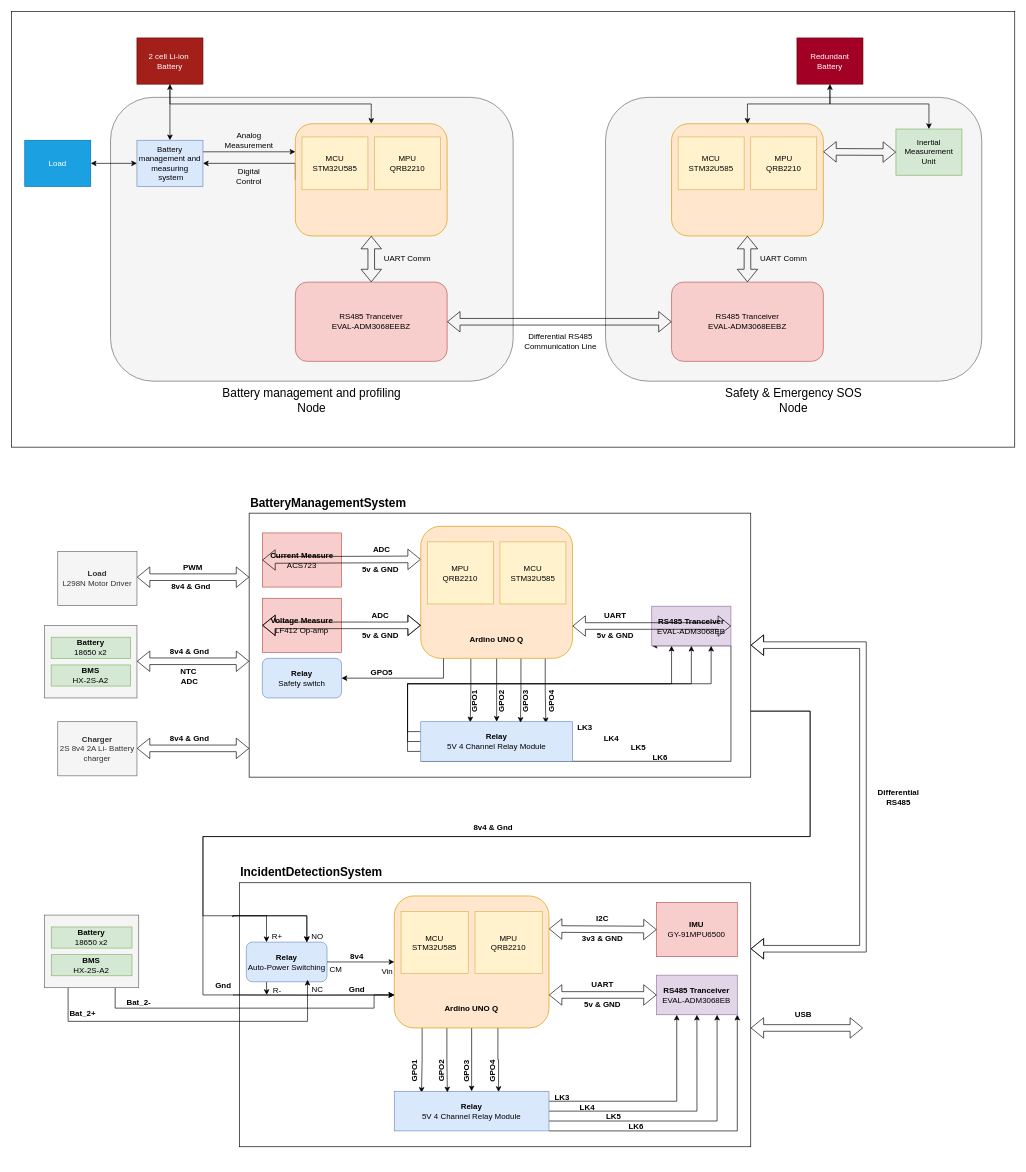
The draw.io diagram EvSystemArch.drawio in ForgedCircuits/EVA-Guardian, before the edit. Source tidied: cells renumbered, new cells numbered last; positions are measured from the earlier drawing's top-left corner, leaving out a move shared by most shapes. Both pictures are drawn from the tidied source at 66%, with x=0, y=0 at pixel (11, 11).
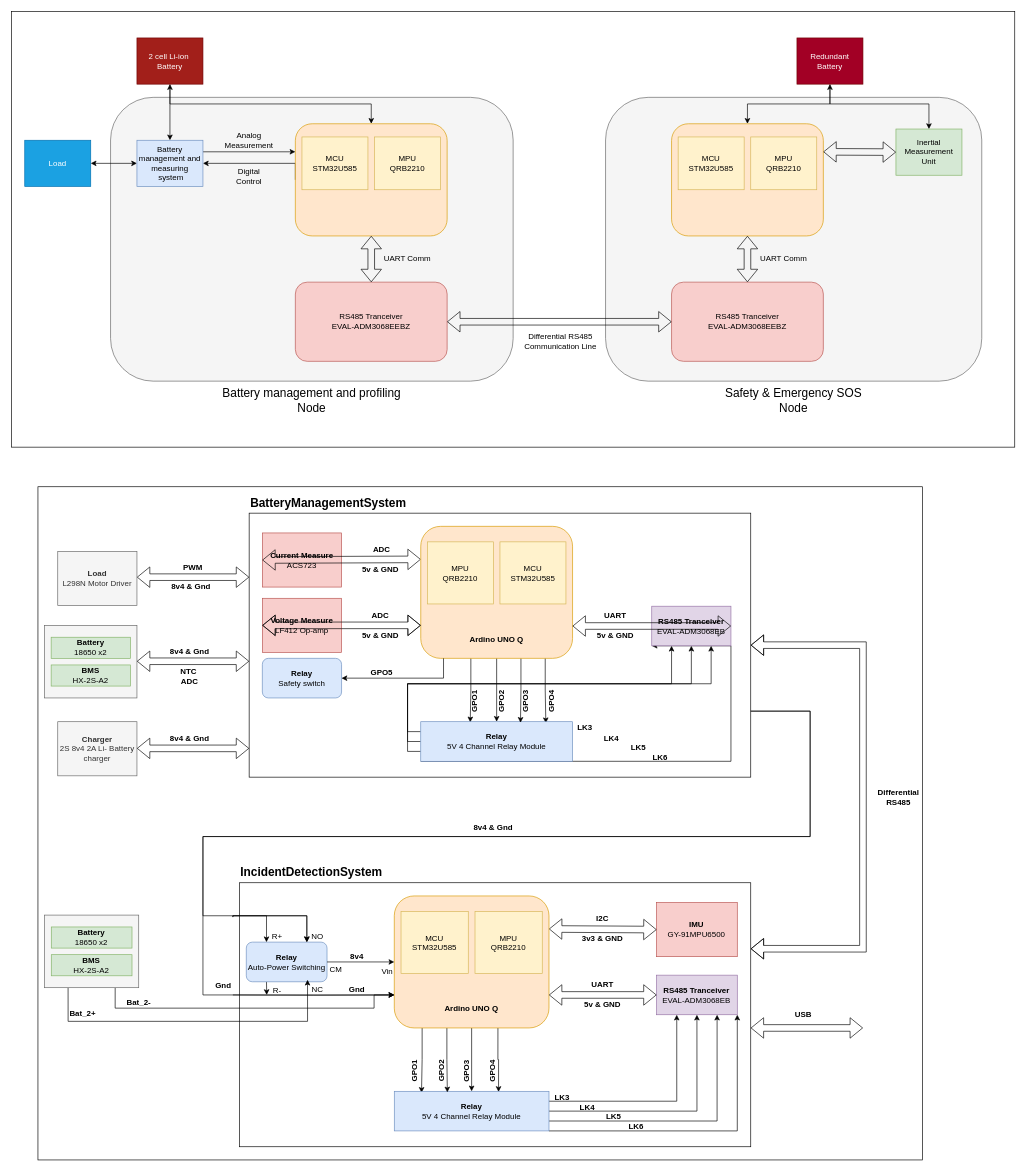
After the change.

Change to the diagram source:
```diff
@@
+    <mxCell id="157" style="rounded=0;whiteSpace=wrap;html=1;" parent="1" vertex="1">
+      <mxGeometry x="40" y="720" width="1340" height="1020" as="geometry" />
+    </mxCell>
```
